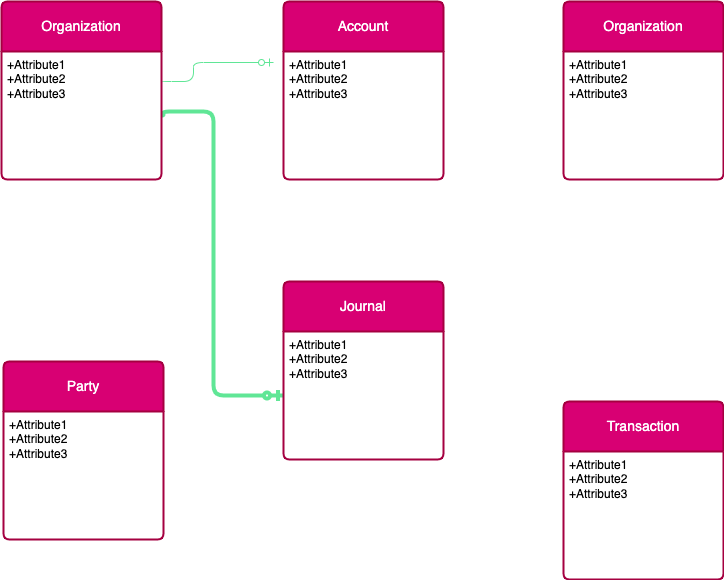
This is assets/dea.png from clansofts/dea, a draw.io export, as it was before one commit. Source tidied: cells renumbered, new cells last; positions are measured from the earlier drawing's top-left corner, leaving out a move shared by most shapes.
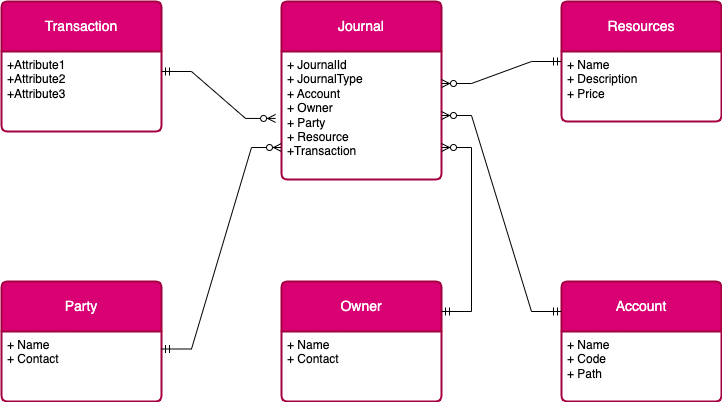
After the commit.

Diff of the diagram source:
```diff
@@ -2,59 +2,56 @@
   <root>
     <mxCell id="0" />
     <mxCell id="1" parent="0" />
-    <mxCell id="2" style="edgeStyle=orthogonalEdgeStyle;html=1;endArrow=ERzeroToOne;endFill=1;labelBackgroundColor=none;fontFamily=Verdana;fontSize=14;exitX=1;exitY=0.25;strokeColor=#60E696;fontColor=default;rounded=1;exitDx=0;exitDy=0;" parent="1" edge="1" source="5">
-      <mxGeometry relative="1" as="geometry">
-        <mxPoint x="272" y="61" as="targetPoint" />
-        <Array as="points">
-          <mxPoint x="192" y="80" />
-          <mxPoint x="192" y="61" />
-        </Array>
-      </mxGeometry>
-    </mxCell>
-    <mxCell id="3" style="edgeStyle=orthogonalEdgeStyle;html=1;endArrow=ERzeroToOne;endFill=1;labelBackgroundColor=none;fontFamily=Verdana;fontSize=14;exitX=1;exitY=0.5;strokeColor=#60E696;fontColor=default;rounded=1;exitDx=0;exitDy=0;entryX=0;entryY=0.5;entryDx=0;entryDy=0;strokeWidth=4;" parent="1" edge="1" source="5" target="11">
-      <mxGeometry relative="1" as="geometry">
-        <Array as="points">
-          <mxPoint x="162" y="110" />
-          <mxPoint x="212" y="110" />
-          <mxPoint x="212" y="394" />
-        </Array>
-      </mxGeometry>
-    </mxCell>
-    <mxCell id="4" value="Organization" style="swimlane;horizontal=1;startSize=50;rounded=1;fontSize=14;fontStyle=0;strokeWidth=2;shadow=0;dashed=0;align=center;arcSize=4;whiteSpace=wrap;html=1;fillColor=#d80073;fontColor=#ffffff;strokeColor=#A50040;" parent="1" vertex="1">
-      <mxGeometry width="160" height="178" as="geometry" />
+    <mxCell id="4" value="Owner" style="swimlane;horizontal=1;startSize=50;rounded=1;fontSize=14;fontStyle=0;strokeWidth=2;shadow=0;dashed=0;align=center;arcSize=4;whiteSpace=wrap;html=1;fillColor=#d80073;fontColor=#ffffff;strokeColor=#A50040;" parent="1" vertex="1">
+      <mxGeometry x="282" y="280" width="160" height="120" as="geometry" />
     </mxCell>
-    <mxCell id="5" value="+Attribute1&#10;+Attribute2&#10;+Attribute3" style="align=left;strokeColor=none;fillColor=none;spacingLeft=4;fontSize=12;verticalAlign=top;html=1;" parent="4" vertex="1">
-      <mxGeometry y="50" width="160" height="128" as="geometry" />
+    <mxCell id="5" value="+ Name&lt;br&gt;+ Contact" style="align=left;strokeColor=none;fillColor=none;spacingLeft=4;fontSize=12;verticalAlign=top;html=1;" parent="4" vertex="1">
+      <mxGeometry y="50" width="160" height="70" as="geometry" />
     </mxCell>
     <mxCell id="6" value="Account" style="swimlane;horizontal=1;startSize=50;rounded=1;fontSize=14;fontStyle=0;strokeWidth=2;shadow=0;dashed=0;align=center;arcSize=4;whiteSpace=wrap;html=1;fillColor=#d80073;fontColor=#ffffff;strokeColor=#A50040;" parent="1" vertex="1">
-      <mxGeometry x="282" width="160" height="178" as="geometry" />
+      <mxGeometry x="562" y="280" width="160" height="120" as="geometry" />
     </mxCell>
-    <mxCell id="7" value="+Attribute1&#10;+Attribute2&#10;+Attribute3" style="align=left;strokeColor=none;fillColor=none;spacingLeft=4;fontSize=12;verticalAlign=top;html=1;" parent="6" vertex="1">
-      <mxGeometry y="50" width="160" height="128" as="geometry" />
+    <mxCell id="7" value="+ Name&lt;br&gt;+ Code&lt;br&gt;+ Path" style="align=left;strokeColor=none;fillColor=none;spacingLeft=4;fontSize=12;verticalAlign=top;html=1;" parent="6" vertex="1">
+      <mxGeometry y="50" width="160" height="70" as="geometry" />
     </mxCell>
     <mxCell id="8" value="Party" style="swimlane;horizontal=1;startSize=50;rounded=1;fontSize=14;fontStyle=0;strokeWidth=2;shadow=0;dashed=0;align=center;arcSize=4;whiteSpace=wrap;html=1;fillColor=#d80073;fontColor=#ffffff;strokeColor=#A50040;" parent="1" vertex="1">
-      <mxGeometry x="2" y="360" width="160" height="178" as="geometry" />
+      <mxGeometry x="2" y="280" width="160" height="120" as="geometry" />
     </mxCell>
-    <mxCell id="9" value="+Attribute1&#10;+Attribute2&#10;+Attribute3" style="align=left;strokeColor=none;fillColor=none;spacingLeft=4;fontSize=12;verticalAlign=top;html=1;" parent="8" vertex="1">
-      <mxGeometry y="50" width="160" height="128" as="geometry" />
+    <mxCell id="9" value="+ Name&lt;br&gt;+ Contact" style="align=left;strokeColor=none;fillColor=none;spacingLeft=4;fontSize=12;verticalAlign=top;html=1;" parent="8" vertex="1">
+      <mxGeometry y="50" width="160" height="70" as="geometry" />
     </mxCell>
     <mxCell id="10" value="Journal" style="swimlane;horizontal=1;startSize=50;rounded=1;fontSize=14;fontStyle=0;strokeWidth=2;shadow=0;dashed=0;align=center;arcSize=4;whiteSpace=wrap;html=1;fillColor=#d80073;fontColor=#ffffff;strokeColor=#A50040;" parent="1" vertex="1">
-      <mxGeometry x="282" y="280" width="160" height="178" as="geometry" />
+      <mxGeometry x="282" width="160" height="178" as="geometry" />
     </mxCell>
-    <mxCell id="11" value="+Attribute1&#10;+Attribute2&#10;+Attribute3" style="align=left;strokeColor=none;fillColor=none;spacingLeft=4;fontSize=12;verticalAlign=top;html=1;" parent="10" vertex="1">
+    <mxCell id="11" value="+ JournalId&lt;br&gt;+ JournalType&lt;br&gt;+ Account&lt;br&gt;+ Owner&lt;br&gt;+ Party&lt;br&gt;+ Resource&lt;br&gt;+Transaction" style="align=left;strokeColor=none;fillColor=none;spacingLeft=4;fontSize=12;verticalAlign=top;html=1;" parent="10" vertex="1">
       <mxGeometry y="50" width="160" height="128" as="geometry" />
     </mxCell>
     <mxCell id="12" value="Transaction" style="swimlane;horizontal=1;startSize=50;rounded=1;fontSize=14;fontStyle=0;strokeWidth=2;shadow=0;dashed=0;align=center;arcSize=4;whiteSpace=wrap;html=1;fillColor=#d80073;fontColor=#ffffff;strokeColor=#A50040;" parent="1" vertex="1">
-      <mxGeometry x="562" y="400" width="160" height="178" as="geometry" />
+      <mxGeometry x="2" width="160" height="130" as="geometry" />
     </mxCell>
     <mxCell id="13" value="+Attribute1&#10;+Attribute2&#10;+Attribute3" style="align=left;strokeColor=none;fillColor=none;spacingLeft=4;fontSize=12;verticalAlign=top;html=1;" parent="12" vertex="1">
-      <mxGeometry y="50" width="160" height="128" as="geometry" />
+      <mxGeometry y="50" width="160" height="80" as="geometry" />
     </mxCell>
-    <mxCell id="14" value="Organization" style="swimlane;horizontal=1;startSize=50;rounded=1;fontSize=14;fontStyle=0;strokeWidth=2;shadow=0;dashed=0;align=center;arcSize=4;whiteSpace=wrap;html=1;fillColor=#d80073;fontColor=#ffffff;strokeColor=#A50040;" parent="1" vertex="1">
-      <mxGeometry x="562" width="160" height="178" as="geometry" />
+    <mxCell id="14" value="Resources" style="swimlane;horizontal=1;startSize=50;rounded=1;fontSize=14;fontStyle=0;strokeWidth=2;shadow=0;dashed=0;align=center;arcSize=4;whiteSpace=wrap;html=1;fillColor=#d80073;fontColor=#ffffff;strokeColor=#A50040;" parent="1" vertex="1">
+      <mxGeometry x="562" width="160" height="120" as="geometry" />
     </mxCell>
-    <mxCell id="15" value="+Attribute1&#10;+Attribute2&#10;+Attribute3" style="align=left;strokeColor=none;fillColor=none;spacingLeft=4;fontSize=12;verticalAlign=top;html=1;" parent="14" vertex="1">
-      <mxGeometry y="50" width="160" height="128" as="geometry" />
+    <mxCell id="15" value="+ Name&lt;br&gt;+ Description&lt;br&gt;+ Price" style="align=left;strokeColor=none;fillColor=none;spacingLeft=4;fontSize=12;verticalAlign=top;html=1;" parent="14" vertex="1">
+      <mxGeometry y="50" width="160" height="70" as="geometry" />
     </mxCell>
+    <mxCell id="16" style="edgeStyle=entityRelationEdgeStyle;fontSize=12;html=1;endArrow=ERzeroToMany;startArrow=ERmandOne;rounded=0;exitX=1;exitY=0.25;exitDx=0;exitDy=0;entryX=-0.037;entryY=0.523;entryDx=0;entryDy=0;entryPerimeter=0;" parent="1" edge="1" source="13" target="11">
+      <mxGeometry relative="1" as="geometry" />
+    </mxCell>
+    <mxCell id="17" style="edgeStyle=entityRelationEdgeStyle;fontSize=12;html=1;endArrow=ERzeroToMany;startArrow=ERmandOne;rounded=0;exitX=0;exitY=0.5;exitDx=0;exitDy=0;entryX=1;entryY=0.25;entryDx=0;entryDy=0;" parent="1" edge="1" source="14" target="11">
+      <mxGeometry relative="1" as="geometry" />
+    </mxCell>
+    <mxCell id="18" style="edgeStyle=entityRelationEdgeStyle;fontSize=12;html=1;endArrow=ERzeroToMany;startArrow=ERmandOne;rounded=0;exitX=1;exitY=0.25;exitDx=0;exitDy=0;entryX=0;entryY=0.75;entryDx=0;entryDy=0;" parent="1" edge="1" source="9" target="11">
+      <mxGeometry relative="1" as="geometry" />
+    </mxCell>
+    <mxCell id="19" style="edgeStyle=entityRelationEdgeStyle;fontSize=12;html=1;endArrow=ERzeroToMany;startArrow=ERmandOne;rounded=0;entryX=1;entryY=0.75;entryDx=0;entryDy=0;exitX=1;exitY=0.25;exitDx=0;exitDy=0;" parent="1" edge="1" source="4" target="11">
+      <mxGeometry relative="1" as="geometry" />
+    </mxCell>
+    <mxCell id="20" style="edgeStyle=entityRelationEdgeStyle;fontSize=12;html=1;endArrow=ERzeroToMany;startArrow=ERmandOne;rounded=0;entryX=1;entryY=0.5;entryDx=0;entryDy=0;exitX=0;exitY=0.25;exitDx=0;exitDy=0;" parent="1" edge="1" source="6" target="11">
+      <mxGeometry relative="1" as="geometry" />
+    </mxCell>
   </root>
 </mxGraphModel>
```
